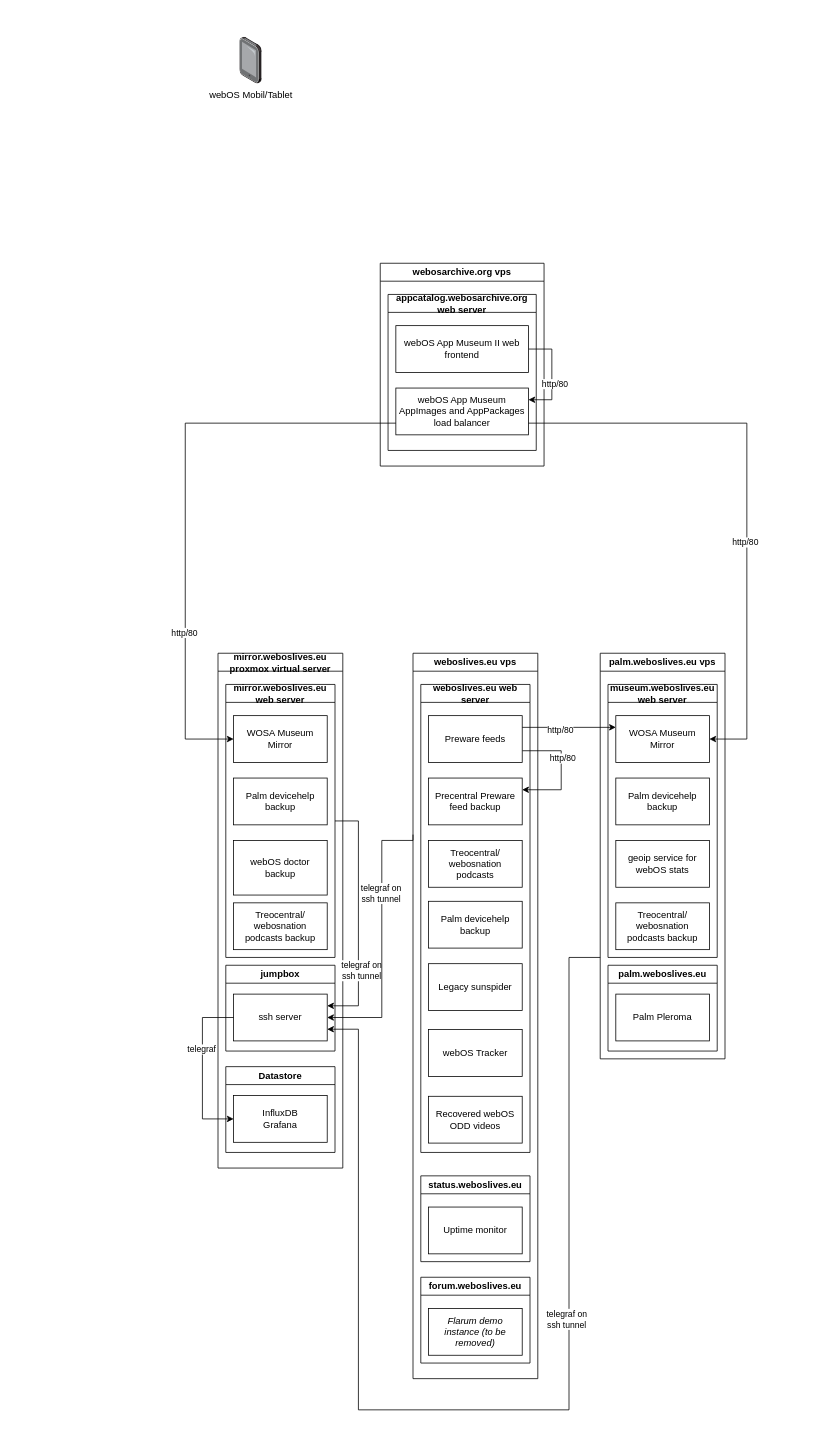
Before: Legacy webOS Services.drawio in h8pewou/legacy_webos, a draw.io diagram. Source tidied: cells renumbered, new cells numbered last; positions are measured from the earlier drawing's top-left corner, leaving out a move shared by most shapes. Both pictures are drawn from the tidied source at 78%, with x=0, y=0 at pixel (185, 37). Pictures stored in the file or linked from it are replaced by grey dashed boxes.
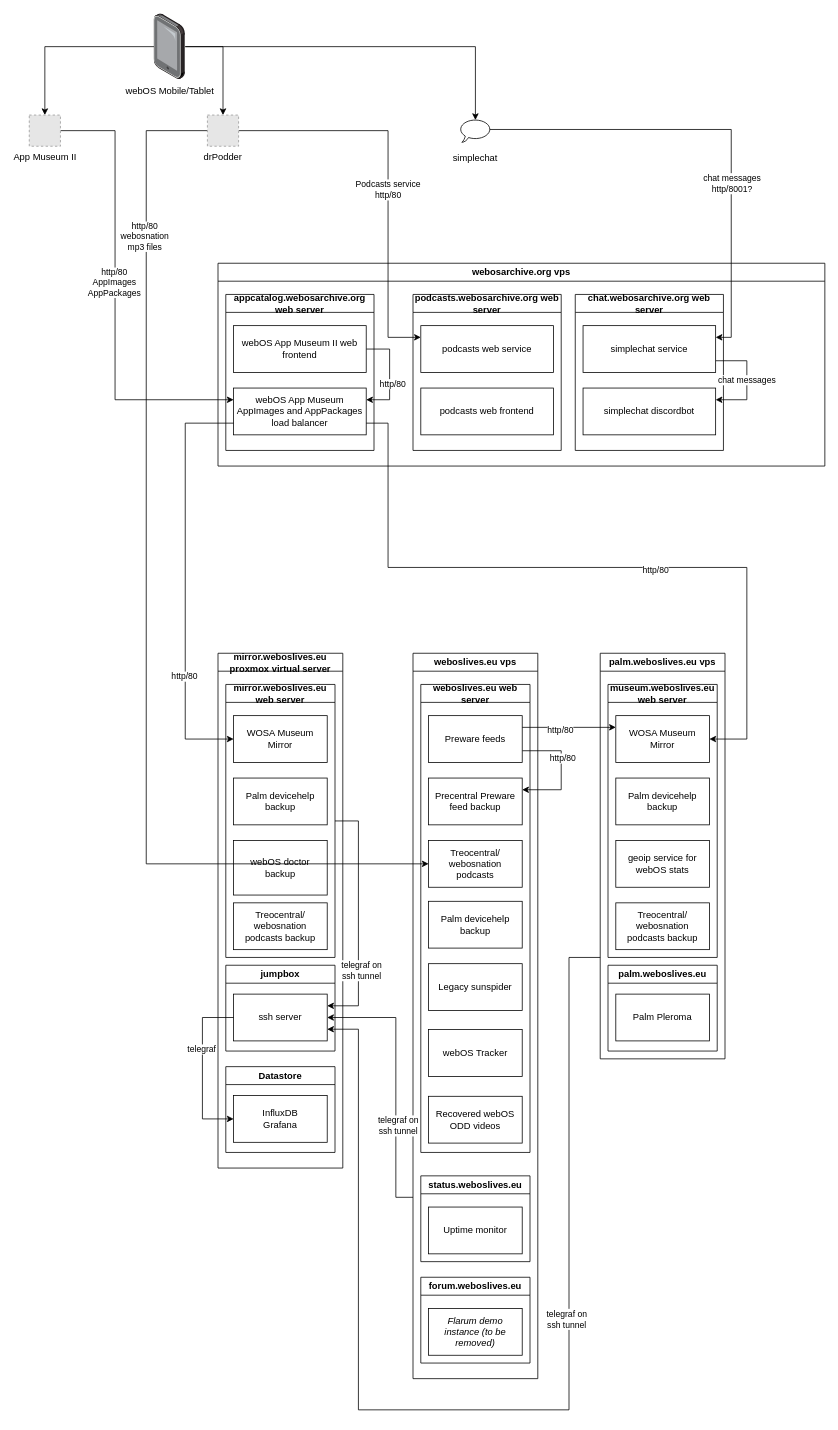
After the change.

Unchanged cells that the change refers to:
```xml
<mxCell id="2" value="weboslives.eu vps" style="swimlane;whiteSpace=wrap;html=1;" parent="1" vertex="1">
  <mxGeometry x="292" y="790" width="160" height="930" as="geometry" />
</mxCell>
<mxCell id="12" value="Treocentral/&lt;br&gt;webosnation podcasts" style="rounded=0;whiteSpace=wrap;html=1;" parent="3" vertex="1">
  <mxGeometry x="10" y="200" width="120" height="60" as="geometry" />
</mxCell>
<mxCell id="23" value="WOSA Museum Mirror" style="rounded=0;whiteSpace=wrap;html=1;" parent="22" vertex="1">
  <mxGeometry x="10" y="40" width="120" height="60" as="geometry" />
</mxCell>
<mxCell id="29" value="ssh server" style="rounded=0;whiteSpace=wrap;html=1;" parent="28" vertex="1">
  <mxGeometry x="10" y="37" width="120" height="60" as="geometry" />
</mxCell>
<mxCell id="50" value="webOS App Museum AppImages and AppPackages load balancer" style="rounded=0;whiteSpace=wrap;html=1;" parent="46" vertex="1">
  <mxGeometry x="10" y="120" width="170" height="60" as="geometry" />
</mxCell>
```

Change to the diagram source:
```diff
@@
-    <mxCell id="43" style="edgeStyle=orthogonalEdgeStyle;rounded=0;jettySize=auto;html=1;exitX=0;exitY=0.25;exitDx=0;exitDy=0;entryX=1;entryY=0.5;entryDx=0;entryDy=0;" parent="1" edge="1" source="2" target="29">
+    <mxCell id="43" style="edgeStyle=orthogonalEdgeStyle;rounded=0;jettySize=auto;html=1;entryX=1;entryY=0.5;entryDx=0;entryDy=0;exitX=0;exitY=0.75;exitDx=0;exitDy=0;" parent="1" edge="1" source="2" target="29">
       <mxGeometry relative="1" as="geometry">
         <Array as="points">
-          <mxPoint x="252" y="1030" />
-          <mxPoint x="252" y="1257" />
+          <mxPoint x="270" y="1487" />
+          <mxPoint x="270" y="1257" />
         </Array>
       </mxGeometry>
     </mxCell>
@@
     <mxCell id="45" value="webosarchive.org vps" style="swimlane;whiteSpace=wrap;html=1;" parent="1" vertex="1">
-      <mxGeometry x="250" y="290" width="210" height="260" as="geometry" />
+      <mxGeometry x="42" y="290" width="778" height="260" as="geometry" />
     </mxCell>
@@
+    <mxCell id="56" value="podcasts.webosarchive.org web server" style="swimlane;whiteSpace=wrap;html=1;" parent="45" vertex="1">
+      <mxGeometry x="250" y="40" width="190" height="200" as="geometry" />
+    </mxCell>
+    <mxCell id="57" value="podcasts web service" style="rounded=0;whiteSpace=wrap;html=1;" parent="56" vertex="1">
+      <mxGeometry x="10" y="40" width="170" height="60" as="geometry" />
+    </mxCell>
+    <mxCell id="58" value="podcasts web frontend" style="rounded=0;whiteSpace=wrap;html=1;" parent="56" vertex="1">
+      <mxGeometry x="10" y="120" width="170" height="60" as="geometry" />
+    </mxCell>
+    <mxCell id="59" value="chat.webosarchive.org web server" style="swimlane;whiteSpace=wrap;html=1;" parent="45" vertex="1">
+      <mxGeometry x="458" y="40" width="190" height="200" as="geometry" />
+    </mxCell>
+    <mxCell id="60" value="chat messages" style="edgeStyle=orthogonalEdgeStyle;rounded=0;jettySize=auto;html=1;exitX=1;exitY=0.75;exitDx=0;exitDy=0;entryX=1;entryY=0.25;entryDx=0;entryDy=0;" parent="59" edge="1" source="61" target="62">
+      <mxGeometry relative="1" as="geometry">
+        <Array as="points">
+          <mxPoint x="220" y="85" />
+          <mxPoint x="220" y="135" />
+        </Array>
+      </mxGeometry>
+    </mxCell>
+    <mxCell id="61" value="simplechat service" style="rounded=0;whiteSpace=wrap;html=1;" parent="59" vertex="1">
+      <mxGeometry x="10" y="40" width="170" height="60" as="geometry" />
+    </mxCell>
+    <mxCell id="62" value="simplechat discordbot" style="rounded=0;whiteSpace=wrap;html=1;" parent="59" vertex="1">
+      <mxGeometry x="10" y="120" width="170" height="60" as="geometry" />
+    </mxCell>
     <mxCell id="51" style="edgeStyle=orthogonalEdgeStyle;rounded=0;jettySize=auto;html=1;exitX=1;exitY=0.75;exitDx=0;exitDy=0;entryX=1;entryY=0.5;entryDx=0;entryDy=0;" parent="1" edge="1" source="50" target="23">
       <mxGeometry relative="1" as="geometry">
         <Array as="points">
-          <mxPoint x="720" y="495" />
+          <mxPoint x="260" y="495" />
+          <mxPoint x="260" y="680" />
+          <mxPoint x="720" y="680" />
           <mxPoint x="720" y="900" />
         </Array>
       </mxGeometry>
     </mxCell>
@@
+    <mxCell id="63" style="edgeStyle=orthogonalEdgeStyle;rounded=0;jettySize=auto;html=1;entryX=0.5;entryY=0;entryDx=0;entryDy=0;" parent="1" edge="1" source="55" target="70">
+      <mxGeometry relative="1" as="geometry" />
+    </mxCell>
+    <mxCell id="64" style="edgeStyle=orthogonalEdgeStyle;rounded=0;jettySize=auto;html=1;entryX=0.5;entryY=0.045;entryDx=0;entryDy=0;entryPerimeter=0;" parent="1" edge="1" source="55" target="73">
+      <mxGeometry relative="1" as="geometry" />
+    </mxCell>
+    <mxCell id="65" style="edgeStyle=orthogonalEdgeStyle;rounded=0;jettySize=auto;html=1;entryX=0.5;entryY=0;entryDx=0;entryDy=0;" parent="1" edge="1" source="55" target="76">
+      <mxGeometry relative="1" as="geometry" />
+    </mxCell>
-    <mxCell id="55" value="webOS Mobil/Tablet" style="image;points=[];html=1;align=center;shadow=0;dashed=0;image=img/lib/allied_telesis/computer_and_terminals/Tablet.svg;" parent="1" vertex="1">
-      <mxGeometry x="70" width="28.4" height="60" as="geometry" />
+    <mxCell id="55" value="webOS Mobile/Tablet" style="image;points=[];html=1;align=center;shadow=0;dashed=0;image=img/lib/allied_telesis/computer_and_terminals/Tablet.svg;" parent="1" vertex="1">
+      <mxGeometry x="-40" y="-30" width="40" height="84.5" as="geometry" />
     </mxCell>
+    <mxCell id="66" style="edgeStyle=orthogonalEdgeStyle;rounded=0;jettySize=auto;html=1;exitX=1;exitY=0.5;exitDx=0;exitDy=0;entryX=0;entryY=0.25;entryDx=0;entryDy=0;" parent="1" edge="1" source="70" target="57">
+      <mxGeometry relative="1" as="geometry">
+        <Array as="points">
+          <mxPoint x="260" y="120" />
+          <mxPoint x="260" y="385" />
+        </Array>
+      </mxGeometry>
+    </mxCell>
+    <mxCell id="67" value="Podcasts service&lt;br&gt;http/80" style="edgeLabel;html=1;align=center;verticalAlign=middle;" parent="66" vertex="1">
+      <mxGeometry x="0.07" y="-1" relative="1" as="geometry" />
+    </mxCell>
+    <mxCell id="68" style="edgeStyle=orthogonalEdgeStyle;rounded=0;jettySize=auto;html=1;exitX=0;exitY=0.5;exitDx=0;exitDy=0;entryX=0;entryY=0.5;entryDx=0;entryDy=0;" parent="1" edge="1" source="70" target="12">
+      <mxGeometry relative="1" as="geometry">
+        <Array as="points">
+          <mxPoint x="-50" y="120" />
+          <mxPoint x="-50" y="1060" />
+        </Array>
+      </mxGeometry>
+    </mxCell>
+    <mxCell id="69" value="http/80&lt;br&gt;webosnation&lt;br&gt;mp3 files" style="edgeLabel;html=1;align=center;verticalAlign=middle;" parent="68" vertex="1">
+      <mxGeometry x="-0.69" y="-3" relative="1" as="geometry" />
+    </mxCell>
+    <mxCell id="70" value="drPodder" style="fillColor=#E6E6E6;strokeColor=#999999;dashed=1;html=1;verticalAlign=top;verticalLabelPosition=bottom;labelBackgroundColor=#ffffff;" parent="1" vertex="1">
+      <mxGeometry x="28.4" y="100" width="40" height="40" as="geometry" />
+    </mxCell>
+    <mxCell id="71" style="edgeStyle=orthogonalEdgeStyle;rounded=0;jettySize=auto;html=1;exitX=0.945;exitY=0.45;exitDx=0;exitDy=0;exitPerimeter=0;entryX=1;entryY=0.25;entryDx=0;entryDy=0;" parent="1" edge="1" source="73" target="61">
+      <mxGeometry relative="1" as="geometry" />
+    </mxCell>
+    <mxCell id="72" value="chat messages&lt;br&gt;http/8001?" style="edgeLabel;html=1;align=center;verticalAlign=middle;" parent="71" vertex="1">
+      <mxGeometry x="0.27" relative="1" as="geometry" />
+    </mxCell>
+    <mxCell id="73" value="&lt;br&gt;&lt;br&gt;&lt;br&gt;&lt;br&gt;&lt;br&gt;simplechat" style="whiteSpace=wrap;html=1;shape=mxgraph.basic.oval_callout;" parent="1" vertex="1">
+      <mxGeometry x="351.2" y="105" width="41.6" height="30" as="geometry" />
+    </mxCell>
+    <mxCell id="74" style="edgeStyle=orthogonalEdgeStyle;rounded=0;jettySize=auto;html=1;exitX=1;exitY=0.5;exitDx=0;exitDy=0;entryX=0;entryY=0.25;entryDx=0;entryDy=0;" parent="1" edge="1" source="76" target="50">
+      <mxGeometry relative="1" as="geometry">
+        <Array as="points">
+          <mxPoint x="-90" y="120" />
+          <mxPoint x="-90" y="465" />
+        </Array>
+      </mxGeometry>
+    </mxCell>
+    <mxCell id="75" value="http/80&lt;br&gt;AppImages&lt;br&gt;AppPackages" style="edgeLabel;html=1;align=center;verticalAlign=middle;" parent="74" vertex="1">
+      <mxGeometry x="-0.07" y="-2" relative="1" as="geometry" />
+    </mxCell>
+    <mxCell id="76" value="App Museum II" style="fillColor=#E6E6E6;strokeColor=#999999;dashed=1;html=1;verticalAlign=top;verticalLabelPosition=bottom;labelBackgroundColor=#ffffff;" parent="1" vertex="1">
+      <mxGeometry x="-200" y="100" width="40" height="40" as="geometry" />
+    </mxCell>
```
